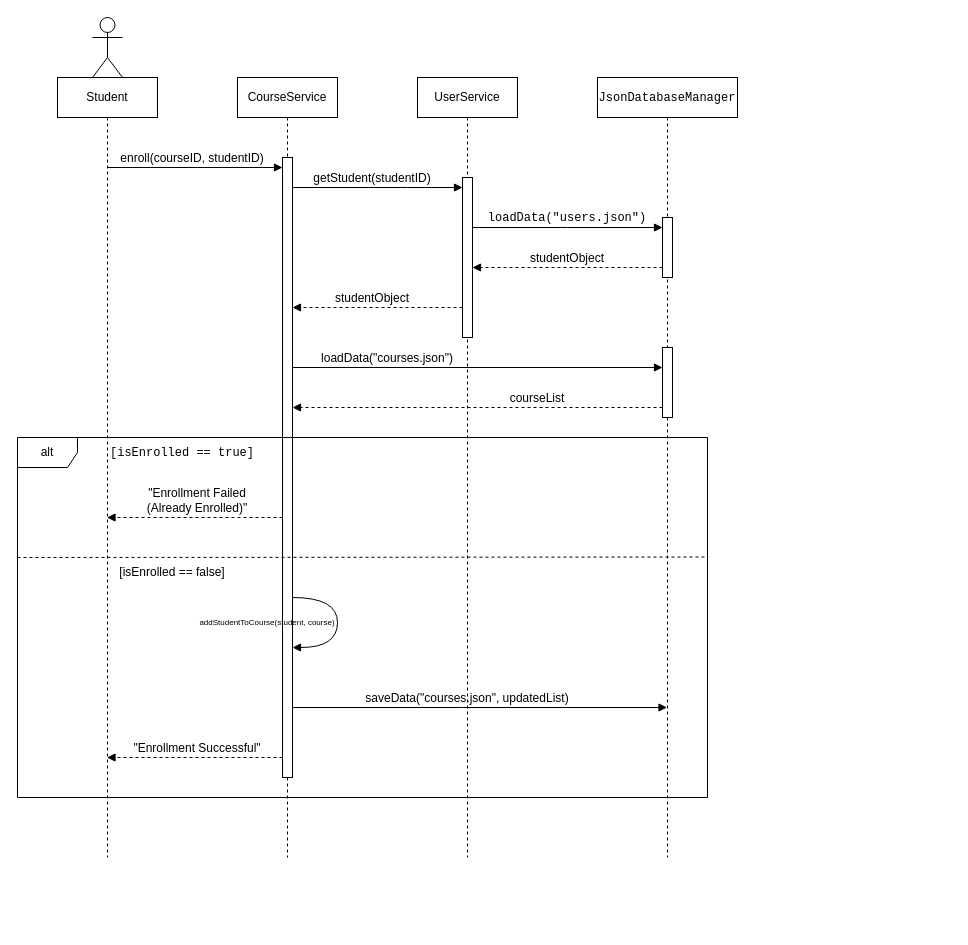
mahmoud0marwan/Lab6 keeps this draw.io diagram as Sequence_diagram.drawio. Above is the earlier version. Source tidied: cells renumbered, new cells numbered last; positions are measured from the earlier drawing's top-left corner, leaving out a move shared by most shapes. Both pictures are drawn from the tidied source at 100%, with x=0, y=0 at pixel (17, 17).
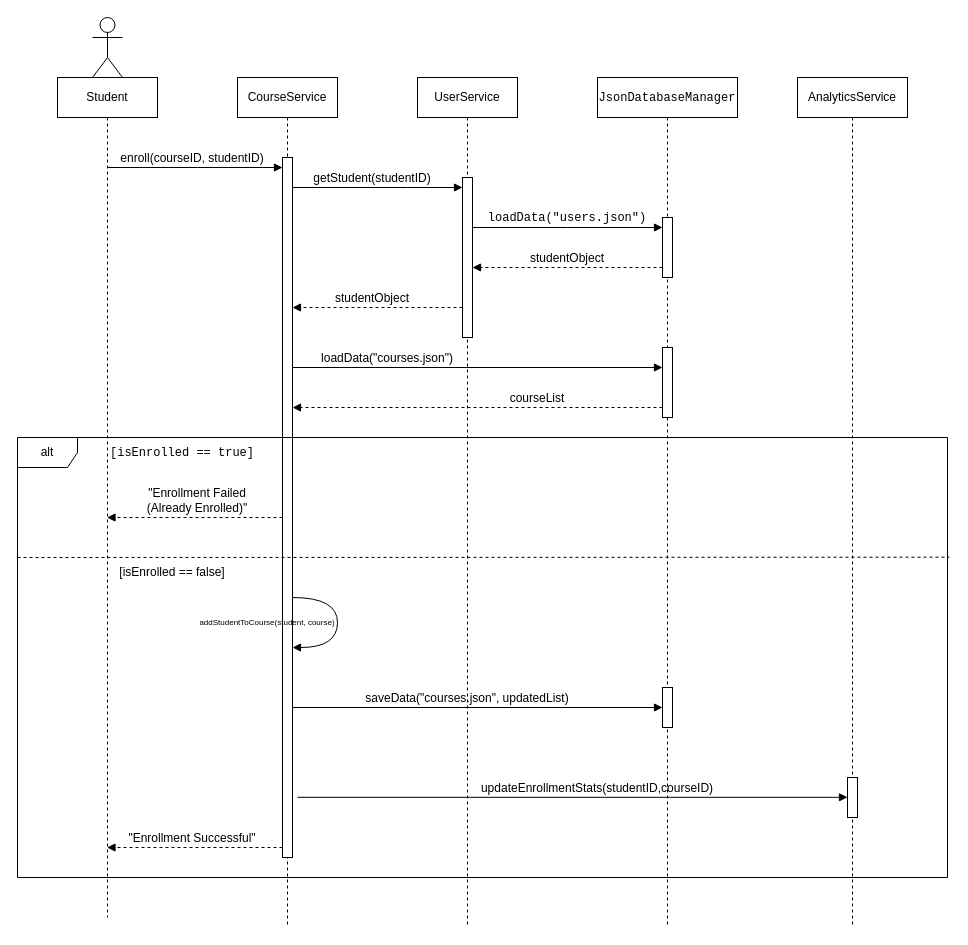
The same diagram, later.

Commit message:
sequence diagram

Change to the diagram source:
```diff
@@
     <mxCell id="2" value="CourseService" style="shape=umlLifeline;perimeter=lifelinePerimeter;whiteSpace=wrap;html=1;newEdgeStyle={&quot;edgeStyle&quot;:&quot;elbowEdgeStyle&quot;,&quot;elbow&quot;:&quot;vertical&quot;,&quot;curved&quot;:0,&quot;rounded&quot;:0};size=40;" parent="1" vertex="1">
-      <mxGeometry x="220" y="60" width="100" height="780" as="geometry" />
+      <mxGeometry x="220" y="60" width="100" height="850" as="geometry" />
     </mxCell>
     <mxCell id="3" style="html=1;points=[[0,0,0,0,5],[0,1,0,0,-5],[1,0,0,0,5],[1,1,0,0,-5]];perimeter=orthogonalPerimeter;outlineConnect=0;targetShapes=umlLifeline;portConstraint=eastwest;newEdgeStyle={&quot;curved&quot;:0,&quot;rounded&quot;:0};" parent="2" vertex="1">
-      <mxGeometry x="45" y="80" width="10" height="620" as="geometry" />
+      <mxGeometry x="45" y="80" width="10" height="700" as="geometry" />
     </mxCell>
@@
     <mxCell id="5" value="UserService" style="shape=umlLifeline;perimeter=lifelinePerimeter;whiteSpace=wrap;html=1;newEdgeStyle={&quot;edgeStyle&quot;:&quot;elbowEdgeStyle&quot;,&quot;elbow&quot;:&quot;vertical&quot;,&quot;curved&quot;:0,&quot;rounded&quot;:0};" parent="1" vertex="1">
-      <mxGeometry x="400" y="60" width="100" height="780" as="geometry" />
+      <mxGeometry x="400" y="60" width="100" height="850" as="geometry" />
     </mxCell>
@@
     <mxCell id="7" value="Student" style="shape=umlLifeline;perimeter=lifelinePerimeter;whiteSpace=wrap;html=1;outlineConnect=0;portConstraint=eastwest;newEdgeStyle={&quot;edgeStyle&quot;:&quot;elbowEdgeStyle&quot;,&quot;elbow&quot;:&quot;vertical&quot;,&quot;curved&quot;:0,&quot;rounded&quot;:0};" parent="1" vertex="1">
-      <mxGeometry x="40" y="60" width="100" height="780" as="geometry" />
+      <mxGeometry x="40" y="60" width="100" height="840" as="geometry" />
     </mxCell>
     <mxCell id="8" value="&lt;code&gt;JsonDatabaseManager&lt;/code&gt;&lt;span class=&quot;citation-288 citation-end-288&quot;&gt;&lt;/span&gt;" style="shape=umlLifeline;perimeter=lifelinePerimeter;whiteSpace=wrap;html=1;outlineConnect=0;portConstraint=eastwest;newEdgeStyle={&quot;edgeStyle&quot;:&quot;elbowEdgeStyle&quot;,&quot;elbow&quot;:&quot;vertical&quot;,&quot;curved&quot;:0,&quot;rounded&quot;:0};" parent="1" vertex="1">
-      <mxGeometry x="580" y="60" width="140" height="780" as="geometry" />
+      <mxGeometry x="580" y="60" width="140" height="850" as="geometry" />
     </mxCell>
@@
+    <mxCell id="37" style="html=1;points=[[0,0,0,0,5],[0,1,0,0,-5],[1,0,0,0,5],[1,1,0,0,-5]];perimeter=orthogonalPerimeter;outlineConnect=0;targetShapes=umlLifeline;portConstraint=eastwest;newEdgeStyle={&quot;curved&quot;:0,&quot;rounded&quot;:0};" parent="8" vertex="1">
+      <mxGeometry x="65" y="610" width="10" height="40" as="geometry" />
+    </mxCell>
@@
     <mxCell id="26" value="alt" style="shape=umlFrame;whiteSpace=wrap;html=1;" parent="1" vertex="1">
-      <mxGeometry y="420" width="690" height="360" as="geometry" />
+      <mxGeometry y="420" width="930" height="440" as="geometry" />
     </mxCell>
@@
-    <mxCell id="30" style="endArrow=none;dashed=1;html=1;rounded=0;entryX=1.001;entryY=0.332;entryDx=0;entryDy=0;entryPerimeter=0;" parent="1" edge="1" target="26">
+    <mxCell id="30" style="endArrow=none;dashed=1;html=1;rounded=0;entryX=1.002;entryY=0.272;entryDx=0;entryDy=0;entryPerimeter=0;" parent="1" edge="1" target="26">
       <mxGeometry relative="1" as="geometry">
         <mxPoint y="540" as="sourcePoint" />
       </mxGeometry>
     </mxCell>
@@
-    <mxCell id="33" style="html=1;verticalAlign=bottom;labelBackgroundColor=none;endArrow=block;endFill=1;rounded=0;" parent="1" edge="1" source="3" target="8">
+    <mxCell id="33" style="html=1;verticalAlign=bottom;labelBackgroundColor=none;endArrow=block;endFill=1;rounded=0;" parent="1" edge="1" source="3" target="37">
       <mxGeometry relative="1" as="geometry">
         <Array as="points">
           <mxPoint x="445" y="690" />
         </Array>
       </mxGeometry>
     </mxCell>
@@
     <mxCell id="35" style="html=1;verticalAlign=bottom;labelBackgroundColor=none;endArrow=block;endFill=1;dashed=1;rounded=0;" parent="1" edge="1" source="3" target="7">
       <mxGeometry relative="1" as="geometry">
         <Array as="points">
-          <mxPoint x="147.6" y="740" />
+          <mxPoint x="142.7" y="830" />
         </Array>
       </mxGeometry>
     </mxCell>
     <mxCell id="36" value="&quot;Enrollment Successful&quot;" style="text;html=1;whiteSpace=wrap;strokeColor=none;fillColor=none;align=center;verticalAlign=bottom;rounded=0;" parent="1" vertex="1">
-      <mxGeometry x="110" y="710" width="140" height="30" as="geometry" />
+      <mxGeometry x="105" y="800" width="140" height="30" as="geometry" />
     </mxCell>
+    <mxCell id="38" value="AnalyticsService" style="shape=umlLifeline;perimeter=lifelinePerimeter;whiteSpace=wrap;html=1;newEdgeStyle={&quot;edgeStyle&quot;:&quot;elbowEdgeStyle&quot;,&quot;elbow&quot;:&quot;vertical&quot;,&quot;curved&quot;:0,&quot;rounded&quot;:0};" parent="1" vertex="1">
+      <mxGeometry x="780" y="60" width="110" height="850" as="geometry" />
+    </mxCell>
+    <mxCell id="39" value="updateEnrollmentStats(studentID,courseID)" style="text;html=1;whiteSpace=wrap;strokeColor=none;fillColor=none;align=center;verticalAlign=bottom;rounded=0;" parent="1" vertex="1">
+      <mxGeometry x="550" y="750" width="60" height="30" as="geometry" />
+    </mxCell>
+    <mxCell id="40" style="html=1;verticalAlign=bottom;labelBackgroundColor=none;endArrow=block;endFill=1;rounded=0;exitX=1.5;exitY=0.914;exitDx=0;exitDy=0;exitPerimeter=0;" parent="1" edge="1" source="3" target="41">
+      <mxGeometry relative="1" as="geometry" />
+    </mxCell>
+    <mxCell id="41" style="html=1;points=[[0,0,0,0,5],[0,1,0,0,-5],[1,0,0,0,5],[1,1,0,0,-5]];perimeter=orthogonalPerimeter;outlineConnect=0;targetShapes=umlLifeline;portConstraint=eastwest;newEdgeStyle={&quot;curved&quot;:0,&quot;rounded&quot;:0};" parent="1" vertex="1">
+      <mxGeometry x="830" y="760" width="10" height="40" as="geometry" />
+    </mxCell>
```
